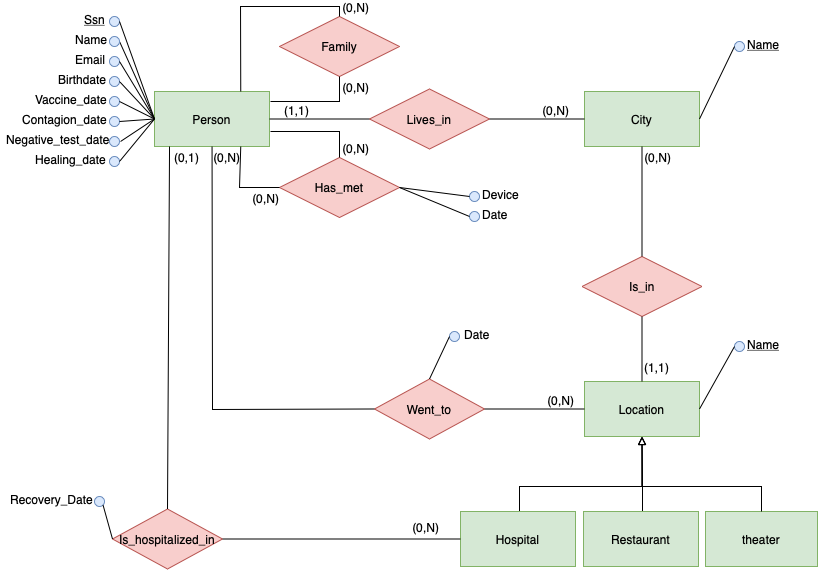
Earlier version of the draw.io export deliverables/report/res/er_diagram.png (daviderigamonti/SMBUD-neo4j). Source tidied: cells renumbered, new cells last; positions are measured from the earlier drawing's top-left corner, leaving out a move shared by most shapes.
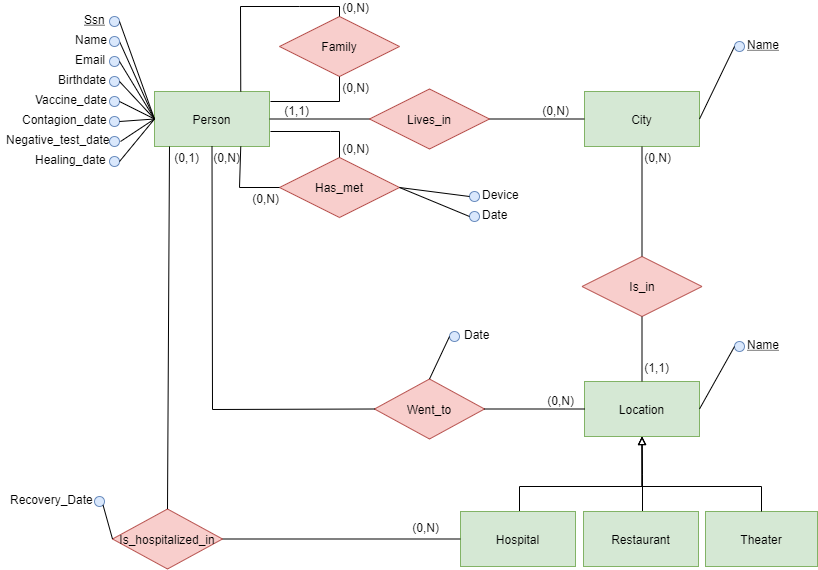
The same file after the commit.

What changed in the source:
```diff
@@ -38,9 +38,9 @@
     <mxCell id="11" value="Location" style="whiteSpace=wrap;html=1;align=center;fillColor=#d5e8d4;strokeColor=#82b366;" parent="1" vertex="1">
       <mxGeometry x="584" y="375" width="115" height="55" as="geometry" />
     </mxCell>
-    <mxCell id="12" value="theater" style="whiteSpace=wrap;html=1;align=center;fillColor=#d5e8d4;strokeColor=#82b366;" parent="1" vertex="1">
-      <mxGeometry x="705" y="505" width="112" height="55" as="geometry" />
-    </mxCell>
+    <mxCell id="83" value="Theater" style="whiteSpace=wrap;html=1;align=center;fillColor=#d5e8d4;strokeColor=#82b366;" parent="1" vertex="1">
+      <mxGeometry x="705" y="505" width="112" height="55" as="geometry" />
+    </mxCell>
     <mxCell id="13" style="edgeStyle=orthogonalEdgeStyle;rounded=0;jettySize=auto;html=1;exitX=0.5;exitY=0;exitDx=0;exitDy=0;endArrow=block;endFill=0;entryX=0.5;entryY=1;entryDx=0;entryDy=0;" parent="1" edge="1" source="14" target="11">
       <mxGeometry relative="1" as="geometry">
         <Array as="points">
@@ -64,19 +64,19 @@
     <mxCell id="18" style="endArrow=none;html=1;rounded=0;exitX=1;exitY=0.5;exitDx=0;exitDy=0;entryX=0;entryY=0.5;entryDx=0;entryDy=0;" parent="1" edge="1" source="15" target="10">
       <mxGeometry relative="1" as="geometry" />
     </mxCell>
-    <mxCell id="19" style="endArrow=none;html=1;rounded=0;entryX=0.5;entryY=0;entryDx=0;entryDy=0;" parent="1" edge="1" target="15">
-      <mxGeometry relative="1" as="geometry">
-        <mxPoint x="169" y="140" as="sourcePoint" />
-      </mxGeometry>
-    </mxCell>
-    <mxCell id="20" style="edgeStyle=orthogonalEdgeStyle;rounded=0;jettySize=auto;html=1;endArrow=block;endFill=0;exitX=0.5;exitY=0;exitDx=0;exitDy=0;entryX=0.5;entryY=1;entryDx=0;entryDy=0;" parent="1" edge="1" source="12" target="11">
-      <mxGeometry relative="1" as="geometry">
-        <Array as="points">
-          <mxPoint x="761" y="480" />
-          <mxPoint x="642" y="480" />
-        </Array>
-      </mxGeometry>
-    </mxCell>
+    <mxCell id="84" style="endArrow=none;html=1;rounded=0;entryX=0.5;entryY=0;entryDx=0;entryDy=0;" parent="1" edge="1" target="15">
+      <mxGeometry relative="1" as="geometry">
+        <mxPoint x="169" y="140" as="sourcePoint" />
+      </mxGeometry>
+    </mxCell>
+    <mxCell id="85" style="edgeStyle=orthogonalEdgeStyle;rounded=0;jettySize=auto;html=1;endArrow=block;endFill=0;exitX=0.5;exitY=0;exitDx=0;exitDy=0;entryX=0.5;entryY=1;entryDx=0;entryDy=0;" parent="1" edge="1" source="83" target="11">
+      <mxGeometry relative="1" as="geometry">
+        <Array as="points">
+          <mxPoint x="761" y="480" />
+          <mxPoint x="642" y="480" />
+        </Array>
+      </mxGeometry>
+    </mxCell>
     <mxCell id="21" style="endArrow=none;html=1;rounded=0;exitX=0.5;exitY=0;exitDx=0;exitDy=0;" parent="1" edge="1" source="8" target="7">
       <mxGeometry relative="1" as="geometry" />
     </mxCell>
@@ -91,11 +91,11 @@
     <mxCell id="24" style="endArrow=none;html=1;rounded=0;exitX=0;exitY=0.5;exitDx=0;exitDy=0;entryX=1;entryY=0.5;entryDx=0;entryDy=0;" parent="1" edge="1" source="7" target="3">
       <mxGeometry relative="1" as="geometry" />
     </mxCell>
-    <mxCell id="25" value="(0,N)" style="html=1;align=right;verticalAlign=bottom;" parent="24" vertex="1">
-      <mxGeometry x="1" relative="1" as="geometry">
-        <mxPoint x="80" as="offset" />
-      </mxGeometry>
-    </mxCell>
+    <mxCell id="86" value="(0,N)" style="html=1;align=right;verticalAlign=bottom;" parent="24" vertex="1">
+      <mxGeometry x="1" relative="1" as="geometry">
+        <mxPoint x="80" as="offset" />
+      </mxGeometry>
+    </mxCell>
     <mxCell id="26" style="endArrow=none;html=1;rounded=0;exitX=0;exitY=0.5;exitDx=0;exitDy=0;entryX=0.5;entryY=1;entryDx=0;entryDy=0;" parent="1" edge="1" source="16" target="2">
       <mxGeometry relative="1" as="geometry">
         <Array as="points">
@@ -103,19 +103,19 @@
         </Array>
       </mxGeometry>
     </mxCell>
-    <mxCell id="27" value="(0,N)" style="html=1;align=right;verticalAlign=bottom;" parent="26" vertex="1">
-      <mxGeometry x="1" relative="1" as="geometry">
-        <mxPoint x="28" y="20" as="offset" />
-      </mxGeometry>
-    </mxCell>
+    <mxCell id="87" value="(0,N)" style="html=1;align=right;verticalAlign=bottom;" parent="26" vertex="1">
+      <mxGeometry x="1" relative="1" as="geometry">
+        <mxPoint x="28" y="20" as="offset" />
+      </mxGeometry>
+    </mxCell>
     <mxCell id="28" style="endArrow=none;html=1;rounded=0;exitX=1;exitY=0.5;exitDx=0;exitDy=0;entryX=0;entryY=0.5;entryDx=0;entryDy=0;" parent="1" edge="1" source="16" target="11">
       <mxGeometry relative="1" as="geometry" />
     </mxCell>
-    <mxCell id="29" value="(0,N)" style="html=1;align=right;verticalAlign=bottom;" parent="28" vertex="1">
-      <mxGeometry x="1" relative="1" as="geometry">
-        <mxPoint x="-10" as="offset" />
-      </mxGeometry>
-    </mxCell>
+    <mxCell id="88" value="(0,N)" style="html=1;align=right;verticalAlign=bottom;" parent="28" vertex="1">
+      <mxGeometry x="1" relative="1" as="geometry">
+        <mxPoint x="-10" as="offset" />
+      </mxGeometry>
+    </mxCell>
     <mxCell id="30" value="(0,1)" style="html=1;align=right;verticalAlign=bottom;" parent="1" vertex="1">
       <mxGeometry x="199" y="160" as="geometry" />
     </mxCell>
@@ -135,25 +135,25 @@
         </Array>
       </mxGeometry>
     </mxCell>
-    <mxCell id="35" value="(0,N)" style="html=1;align=right;verticalAlign=bottom;" parent="34" vertex="1">
-      <mxGeometry x="1" relative="1" as="geometry">
-        <mxPoint y="20" as="offset" />
-      </mxGeometry>
-    </mxCell>
-    <mxCell id="36" style="endArrow=none;html=1;rounded=0;entryX=0.5;entryY=0;entryDx=0;entryDy=0;" parent="1" edge="1" target="6">
-      <mxGeometry relative="1" as="geometry">
-        <mxPoint x="270" y="125" as="sourcePoint" />
-        <Array as="points">
-          <mxPoint x="330" y="125" />
-          <mxPoint x="339" y="125" />
-        </Array>
-      </mxGeometry>
-    </mxCell>
-    <mxCell id="37" value="(0,N)" style="html=1;align=right;verticalAlign=bottom;" parent="36" vertex="1">
-      <mxGeometry x="1" relative="1" as="geometry">
-        <mxPoint x="30" as="offset" />
-      </mxGeometry>
-    </mxCell>
+    <mxCell id="89" value="(0,N)" style="html=1;align=right;verticalAlign=bottom;" parent="34" vertex="1">
+      <mxGeometry x="1" relative="1" as="geometry">
+        <mxPoint y="20" as="offset" />
+      </mxGeometry>
+    </mxCell>
+    <mxCell id="90" style="endArrow=none;html=1;rounded=0;entryX=0.5;entryY=0;entryDx=0;entryDy=0;" parent="1" edge="1" target="6">
+      <mxGeometry relative="1" as="geometry">
+        <mxPoint x="270" y="125" as="sourcePoint" />
+        <Array as="points">
+          <mxPoint x="330" y="125" />
+          <mxPoint x="339" y="125" />
+        </Array>
+      </mxGeometry>
+    </mxCell>
+    <mxCell id="91" value="(0,N)" style="html=1;align=right;verticalAlign=bottom;" parent="90" vertex="1">
+      <mxGeometry x="1" relative="1" as="geometry">
+        <mxPoint x="30" as="offset" />
+      </mxGeometry>
+    </mxCell>
     <mxCell id="38" style="endArrow=none;html=1;rounded=0;entryX=0.5;entryY=0;entryDx=0;entryDy=0;exitX=0.75;exitY=0;exitDx=0;exitDy=0;" parent="1" edge="1" source="2" target="5">
       <mxGeometry relative="1" as="geometry">
         <Array as="points">
@@ -163,24 +163,24 @@
         </Array>
       </mxGeometry>
     </mxCell>
-    <mxCell id="39" value="(0,N)" style="html=1;align=right;verticalAlign=bottom;" parent="38" vertex="1">
-      <mxGeometry x="1" relative="1" as="geometry">
-        <mxPoint x="30" as="offset" />
-      </mxGeometry>
-    </mxCell>
-    <mxCell id="40" style="endArrow=none;html=1;rounded=0;entryX=0.5;entryY=1;entryDx=0;entryDy=0;" parent="1" edge="1" target="5">
-      <mxGeometry relative="1" as="geometry">
-        <mxPoint x="270" y="95" as="sourcePoint" />
-        <Array as="points">
-          <mxPoint x="339" y="95" />
-        </Array>
-      </mxGeometry>
-    </mxCell>
-    <mxCell id="41" value="(0,N)" style="html=1;align=right;verticalAlign=bottom;" parent="40" vertex="1">
-      <mxGeometry x="1" relative="1" as="geometry">
-        <mxPoint x="30" y="20" as="offset" />
-      </mxGeometry>
-    </mxCell>
+    <mxCell id="92" value="(0,N)" style="html=1;align=right;verticalAlign=bottom;" parent="38" vertex="1">
+      <mxGeometry x="1" relative="1" as="geometry">
+        <mxPoint x="30" as="offset" />
+      </mxGeometry>
+    </mxCell>
+    <mxCell id="93" style="endArrow=none;html=1;rounded=0;entryX=0.5;entryY=1;entryDx=0;entryDy=0;" parent="1" edge="1" target="5">
+      <mxGeometry relative="1" as="geometry">
+        <mxPoint x="270" y="95" as="sourcePoint" />
+        <Array as="points">
+          <mxPoint x="339" y="95" />
+        </Array>
+      </mxGeometry>
+    </mxCell>
+    <mxCell id="94" value="(0,N)" style="html=1;align=right;verticalAlign=bottom;" parent="93" vertex="1">
+      <mxGeometry x="1" relative="1" as="geometry">
+        <mxPoint x="30" y="20" as="offset" />
+      </mxGeometry>
+    </mxCell>
     <mxCell id="42" value="Ssn" style="text;strokeColor=none;fillColor=none;spacingLeft=4;spacingRight=4;overflow=hidden;fontSize=12;fontStyle=4;" parent="1" vertex="1">
       <mxGeometry x="78" width="32" height="35" as="geometry" />
     </mxCell>
```
